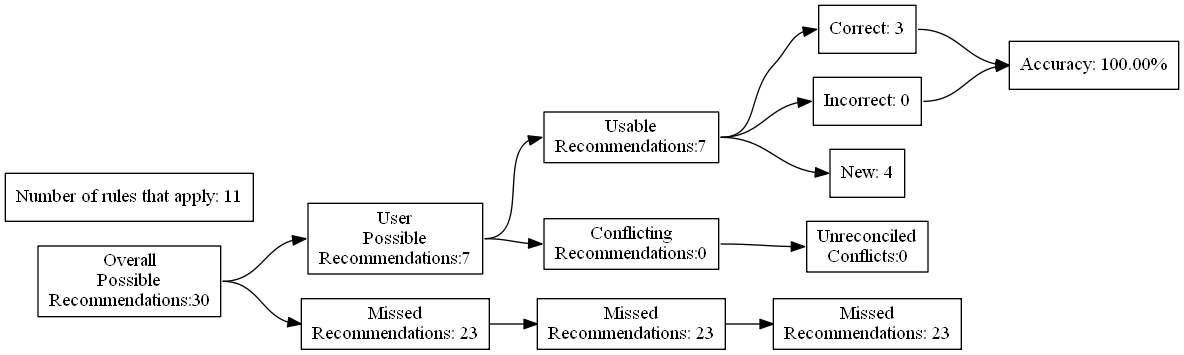
The Graphviz diagram test_renders/38.gv.png in ZaxR/ibd_diet_analysis, before a commit. Its source is kept beside it as test_renders/38.gv.
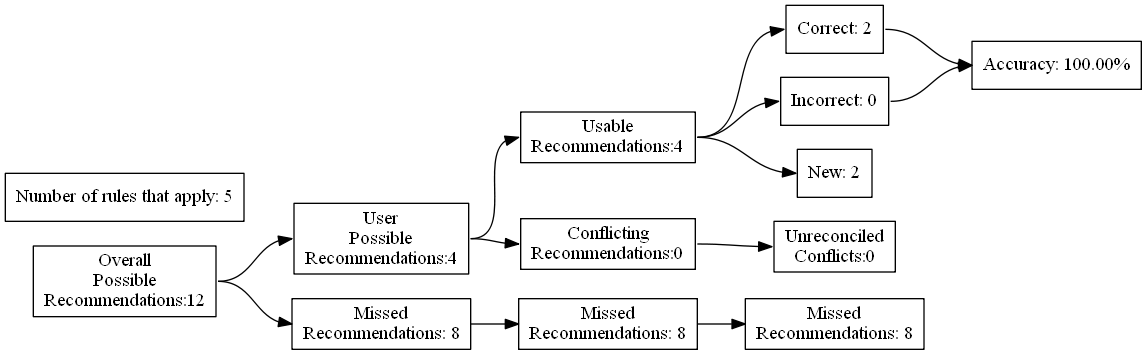
Later version of the same file.

Diff of the diagram source:
```diff
@@ -4,27 +4,27 @@
 	edge [headport=w tailport=e]
 		A [label="Overall
 Possible
-Recommendations:30"]
+Recommendations:12"]
 		B [label="User
 Possible
-Recommendations:7"]
+Recommendations:4"]
 		C [label="Missed
-Recommendations: 23"]
+Recommendations: 8"]
 		D [label="Usable
-Recommendations:7"]
+Recommendations:4"]
 		E [label="Conflicting
 Recommendations:0"]
 		J [label="Missed
-Recommendations: 23"]
+Recommendations: 8"]
 		M [label="Unreconciled
 Conflicts:0"]
-		F [label="Correct: 3"]
+		F [label="Correct: 2"]
 		G [label="Incorrect: 0"]
-		H [label="New: 4"]
+		H [label="New: 2"]
 		K [label="Missed
-Recommendations: 23"]
+Recommendations: 8"]
 		I [label="Accuracy: 100.00%"]
-		l [label="Number of rules that apply: 11"]
+		l [label="Number of rules that apply: 5"]
 			A -> B
 			A -> C
 			B -> D
```
